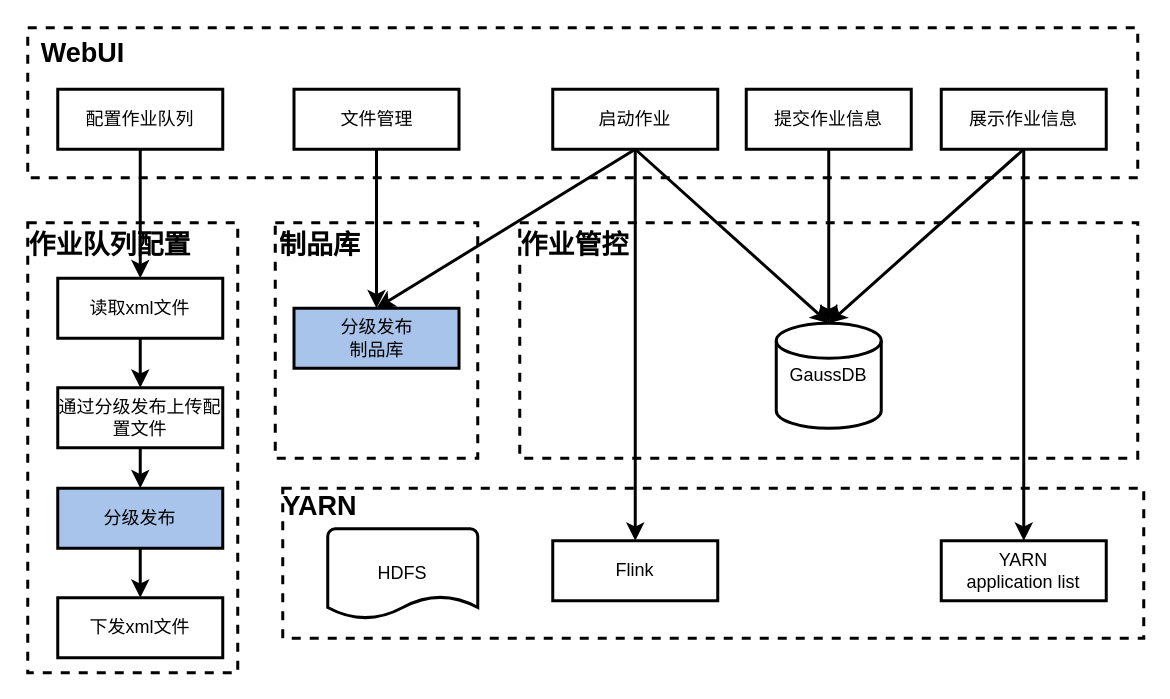
This is DetailDesign.drawio from Janxun/graph, a draw.io file, before an edit. Source tidied: cells renumbered, new cells numbered last; positions are measured from the earlier drawing's top-left corner, leaving out a move shared by most shapes. Both pictures are drawn from the tidied source at 150%, with x=0, y=0 at pixel (27, 27).
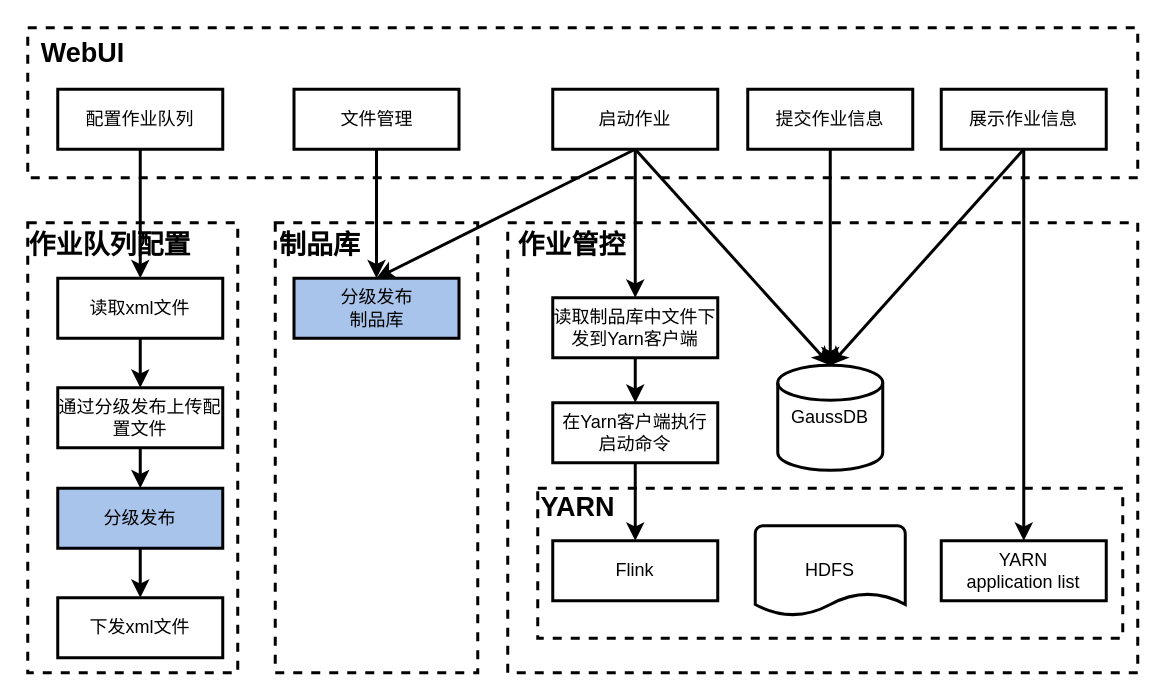
After the change.

The change refers to these unchanged cells:
```xml
<mxCell id="11" value="启动作业" style="rounded=0;whiteSpace=wrap;html=1;strokeWidth=2;" parent="1" vertex="1">
  <mxGeometry x="350" y="41" width="110" height="40" as="geometry" />
</mxCell>
<mxCell id="26" value="Flink" style="rounded=0;whiteSpace=wrap;html=1;strokeWidth=2;" parent="1" vertex="1">
  <mxGeometry x="350" y="342" width="110" height="40" as="geometry" />
</mxCell>
```

Change to the diagram source:
```diff
@@
     <mxCell id="2" style="rounded=0;whiteSpace=wrap;html=1;dashed=1;strokeWidth=2;align=left;" parent="1" vertex="1">
-      <mxGeometry x="328" y="130" width="412" height="157" as="geometry" />
+      <mxGeometry x="320" y="130" width="420" height="300" as="geometry" />
     </mxCell>
     <mxCell id="3" style="rounded=0;whiteSpace=wrap;html=1;dashed=1;strokeWidth=2;align=left;" parent="1" vertex="1">
-      <mxGeometry x="165" y="130" width="135" height="157" as="geometry" />
+      <mxGeometry x="165" y="130" width="135" height="300" as="geometry" />
     </mxCell>
@@
     <mxCell id="6" style="rounded=0;whiteSpace=wrap;html=1;dashed=1;strokeWidth=2;align=left;" parent="1" vertex="1">
-      <mxGeometry x="170" y="307" width="574" height="100" as="geometry" />
+      <mxGeometry x="340" y="307" width="390" height="100" as="geometry" />
     </mxCell>
     <mxCell id="7" value="提交作业信息" style="rounded=0;whiteSpace=wrap;html=1;strokeWidth=2;" parent="1" vertex="1">
-      <mxGeometry x="479" y="41" width="110" height="40" as="geometry" />
+      <mxGeometry x="480" y="41" width="110" height="40" as="geometry" />
     </mxCell>
     <mxCell id="8" value="&lt;span&gt;GaussDB&lt;/span&gt;" style="strokeWidth=2;html=1;shape=mxgraph.flowchart.database;whiteSpace=wrap;" parent="1" vertex="1">
-      <mxGeometry x="499" y="197" width="70" height="70" as="geometry" />
+      <mxGeometry x="500" y="225" width="70" height="70" as="geometry" />
     </mxCell>
@@
-    <mxCell id="20" style="endArrow=classic;html=1;rounded=0;strokeWidth=2;entryX=0.5;entryY=0;entryDx=0;entryDy=0;exitX=0.5;exitY=1;exitDx=0;exitDy=0;" parent="1" edge="1" source="11" target="26">
+    <mxCell id="20" style="endArrow=classic;html=1;rounded=0;strokeWidth=2;entryX=0.5;entryY=0;entryDx=0;entryDy=0;exitX=0.5;exitY=1;exitDx=0;exitDy=0;" parent="1" edge="1" source="11" target="37">
       <mxGeometry relative="1" as="geometry" />
     </mxCell>
@@
     <mxCell id="22" value="&lt;font style=&quot;font-size: 18px&quot;&gt;&lt;b&gt;YARN&lt;/b&gt;&lt;/font&gt;" style="text;html=1;strokeColor=none;fillColor=none;align=center;verticalAlign=middle;whiteSpace=wrap;rounded=0;" parent="1" vertex="1">
-      <mxGeometry x="165" y="304" width="60" height="30" as="geometry" />
+      <mxGeometry x="337" y="305" width="60" height="30" as="geometry" />
     </mxCell>
@@
     <mxCell id="25" value="&lt;font size=&quot;4&quot;&gt;&lt;b&gt;作业管控&lt;/b&gt;&lt;/font&gt;" style="text;html=1;strokeColor=none;fillColor=none;align=center;verticalAlign=middle;whiteSpace=wrap;rounded=0;" parent="1" vertex="1">
-      <mxGeometry x="320" y="130" width="90" height="30" as="geometry" />
+      <mxGeometry x="318" y="130" width="90" height="30" as="geometry" />
     </mxCell>
@@
     <mxCell id="28" value="&lt;span&gt;HDFS&lt;/span&gt;" style="strokeWidth=2;html=1;shape=mxgraph.flowchart.document2;whiteSpace=wrap;size=0.25;" parent="1" vertex="1">
-      <mxGeometry x="200" y="334" width="100" height="60" as="geometry" />
+      <mxGeometry x="485" y="332" width="100" height="60" as="geometry" />
     </mxCell>
     <mxCell id="29" value="分级发布&lt;br&gt;制品库" style="rounded=0;whiteSpace=wrap;html=1;strokeWidth=2;fillColor=#A9C4EB;" parent="1" vertex="1">
-      <mxGeometry x="177.5" y="187" width="110" height="40" as="geometry" />
+      <mxGeometry x="177.5" y="167" width="110" height="40" as="geometry" />
     </mxCell>
@@
+    <mxCell id="37" value="读取制品库中文件下发到Yarn客户端" style="rounded=0;whiteSpace=wrap;html=1;strokeWidth=2;" parent="1" vertex="1">
+      <mxGeometry x="350" y="180" width="110" height="40" as="geometry" />
+    </mxCell>
+    <mxCell id="38" style="endArrow=classic;html=1;rounded=0;strokeWidth=2;" parent="1" edge="1" source="37" target="39">
+      <mxGeometry relative="1" as="geometry" />
+    </mxCell>
+    <mxCell id="39" value="在Yarn客户端执行启动命令" style="rounded=0;whiteSpace=wrap;html=1;strokeWidth=2;" parent="1" vertex="1">
+      <mxGeometry x="350" y="250" width="110" height="40" as="geometry" />
+    </mxCell>
+    <mxCell id="40" style="endArrow=classic;html=1;rounded=0;strokeWidth=2;entryX=0.5;entryY=0;entryDx=0;entryDy=0;exitX=0.5;exitY=1;exitDx=0;exitDy=0;" parent="1" edge="1" source="39" target="26">
+      <mxGeometry relative="1" as="geometry" />
+    </mxCell>
```
